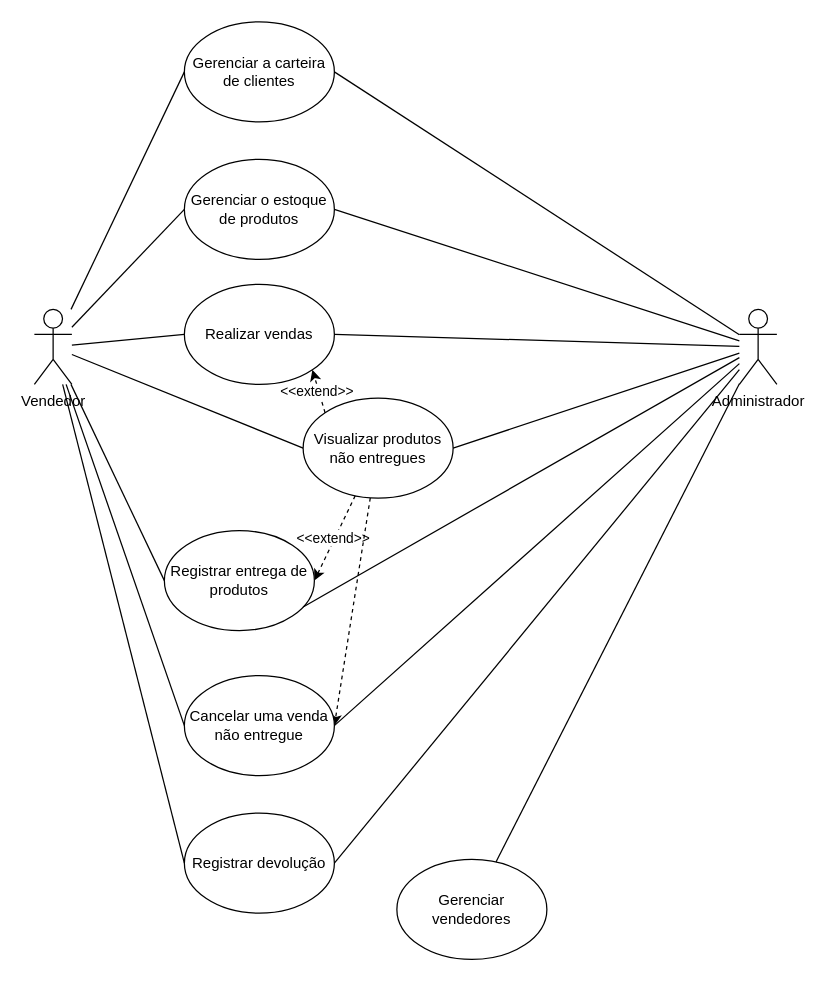
This is diagramas/caso de uso/diagrama_caso_uso.drawio from LukasxzB/uffs_trabalho_integrador, a draw.io file, before an edit. Source tidied: cells renumbered, new cells numbered last; positions are measured from the earlier drawing's top-left corner, leaving out a move shared by most shapes. Both pictures are drawn from the tidied source at 125%, with x=0, y=0 at pixel (34, 21).
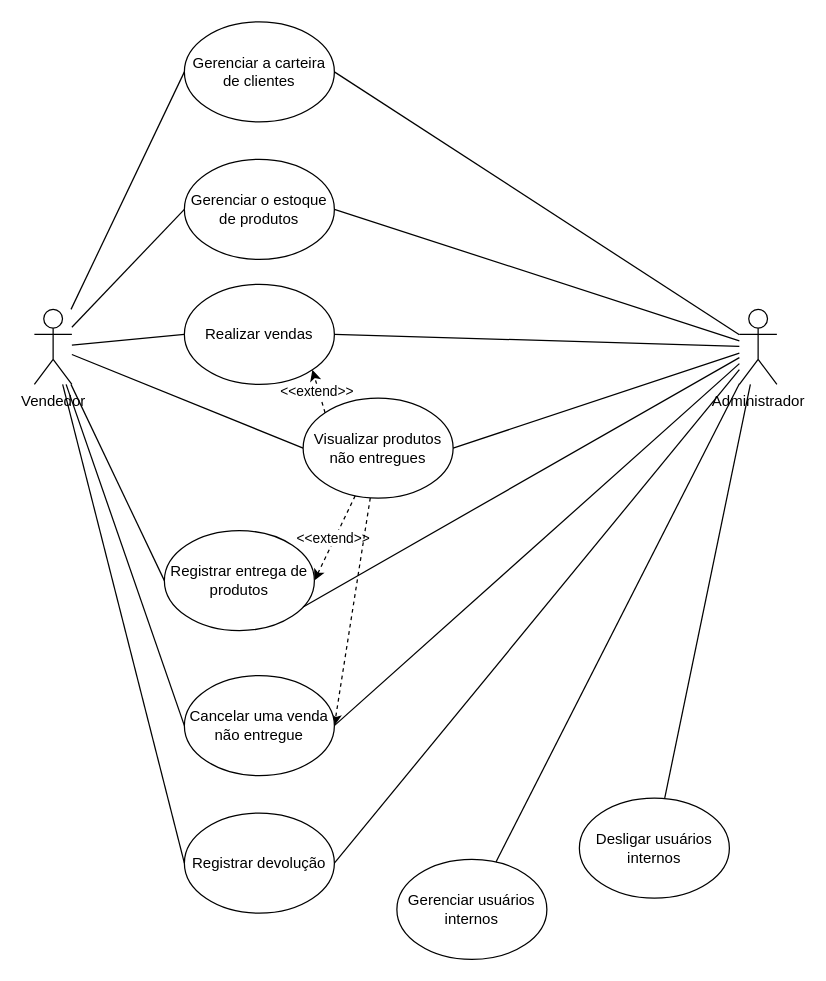
After the change.

Commit message (it also covers changes not shown here):
Diagrama de caso de uso alterado para refletir alterações das mudanças dos requisitos funcionais

Unchanged cells that the change refers to:
```xml
<mxCell id="30" value="Administrador" style="shape=umlActor;verticalLabelPosition=bottom;verticalAlign=top;html=1;outlineConnect=0;" parent="1" vertex="1">
  <mxGeometry x="564" y="230" width="30" height="60" as="geometry" />
</mxCell>
```

Change to the diagram source:
```diff
@@
-    <mxCell id="21" value="Gerenciar vendedores" style="ellipse;whiteSpace=wrap;html=1;" parent="1" vertex="1">
+    <mxCell id="21" value="Gerenciar usuários internos" style="ellipse;whiteSpace=wrap;html=1;" parent="1" vertex="1">
       <mxGeometry x="290" y="670" width="120" height="80" as="geometry" />
     </mxCell>
@@
+    <mxCell id="32" style="rounded=0;jettySize=auto;html=1;endArrow=none;endFill=0;" parent="1" edge="1" source="30" target="33">
+      <mxGeometry relative="1" as="geometry" />
+    </mxCell>
@@
+    <mxCell id="33" value="Desligar usuários internos" style="ellipse;whiteSpace=wrap;html=1;" parent="1" vertex="1">
+      <mxGeometry x="436" y="621" width="120" height="80" as="geometry" />
+    </mxCell>
```
